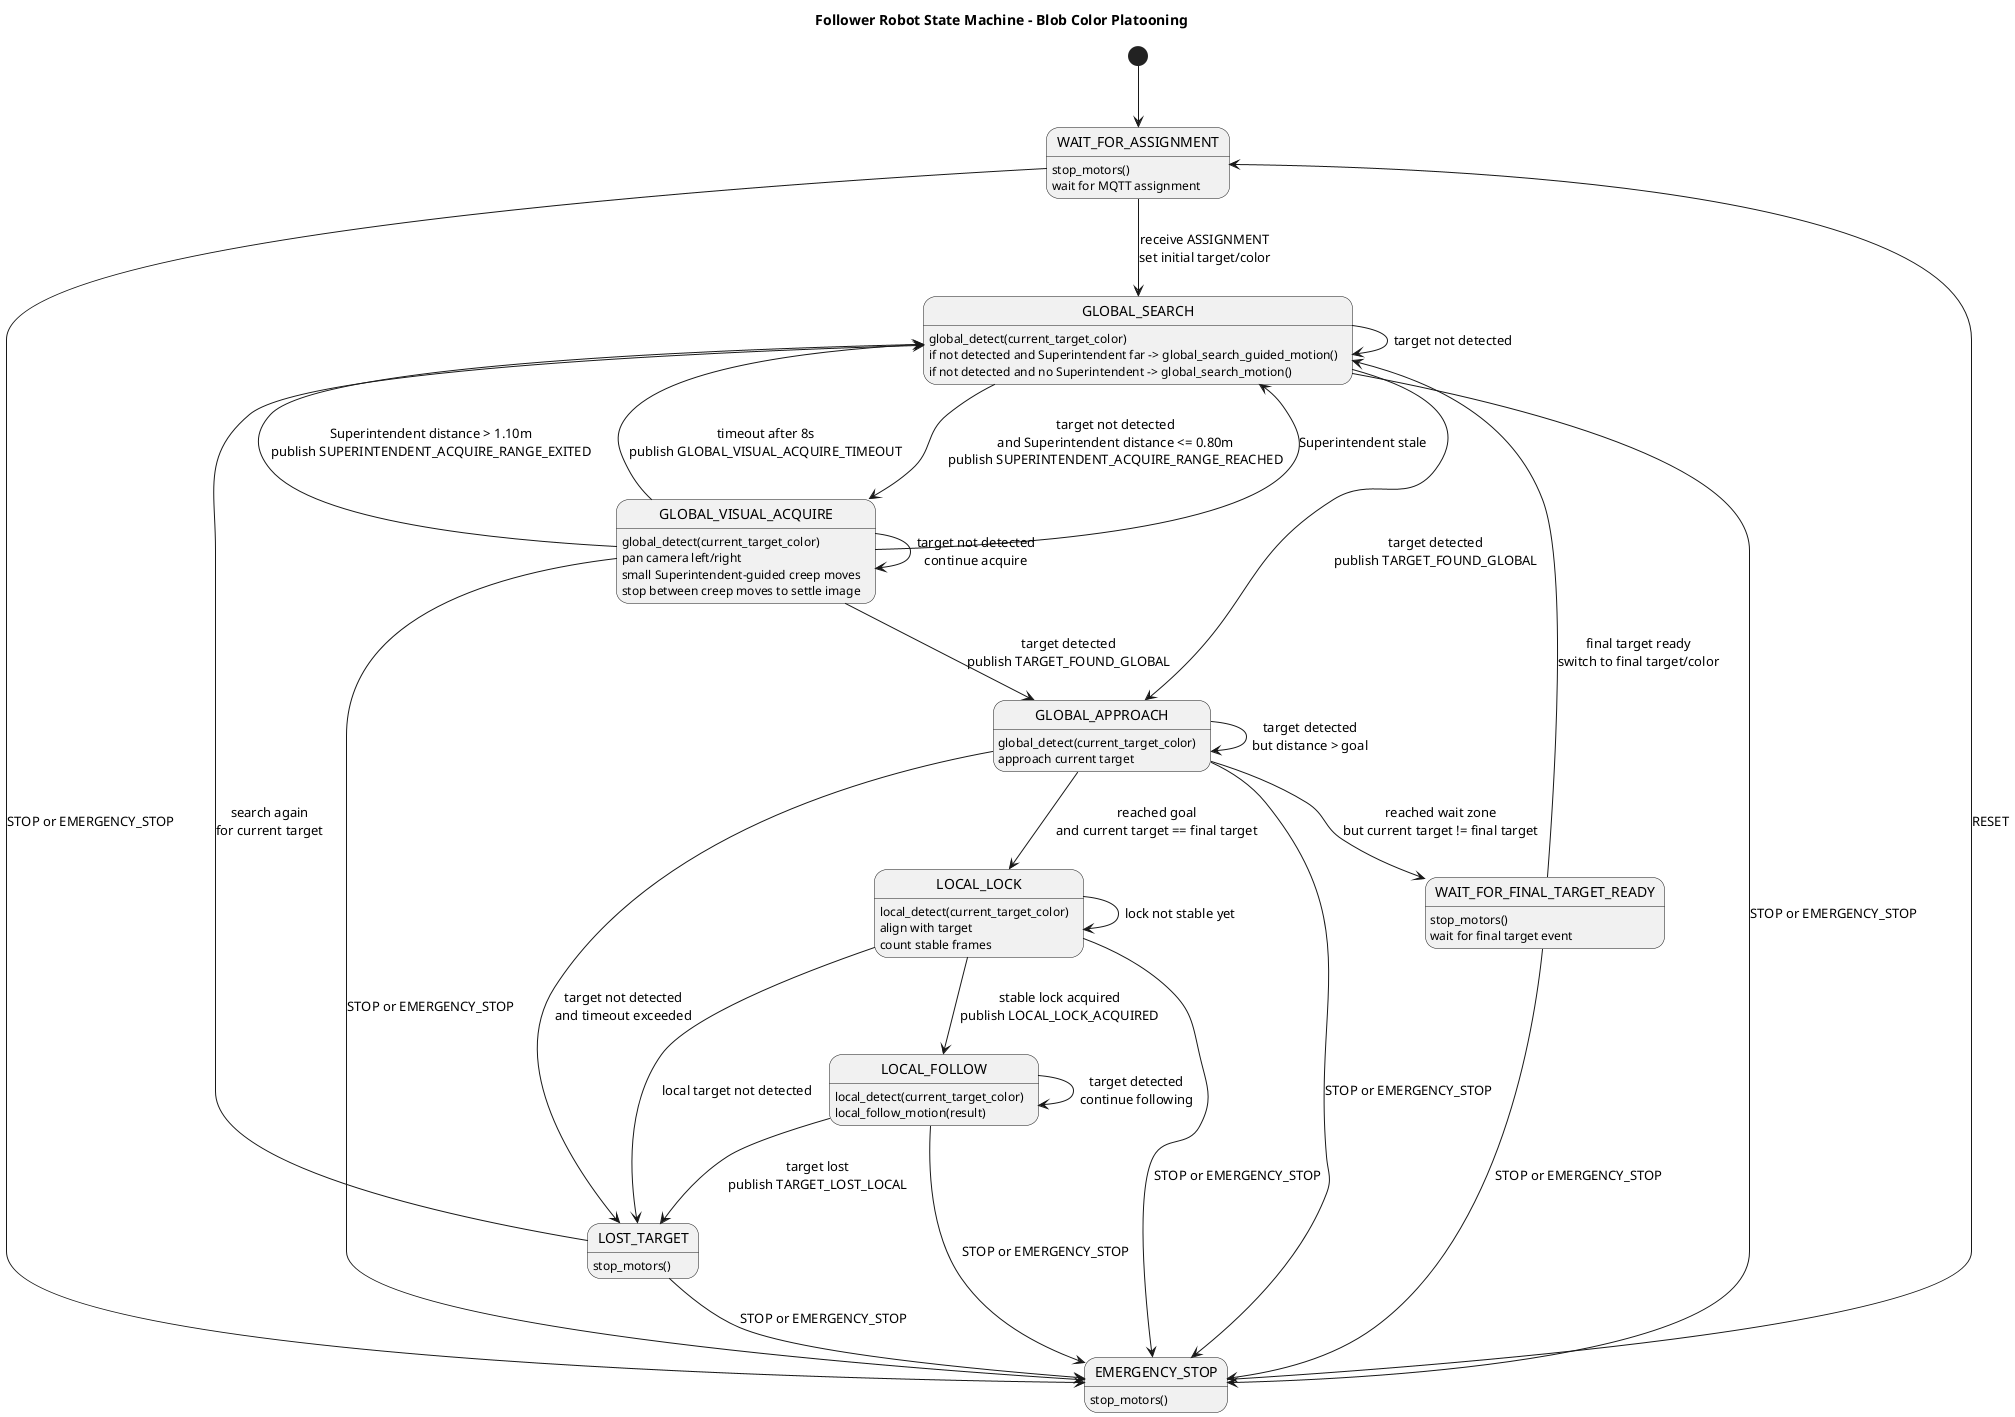
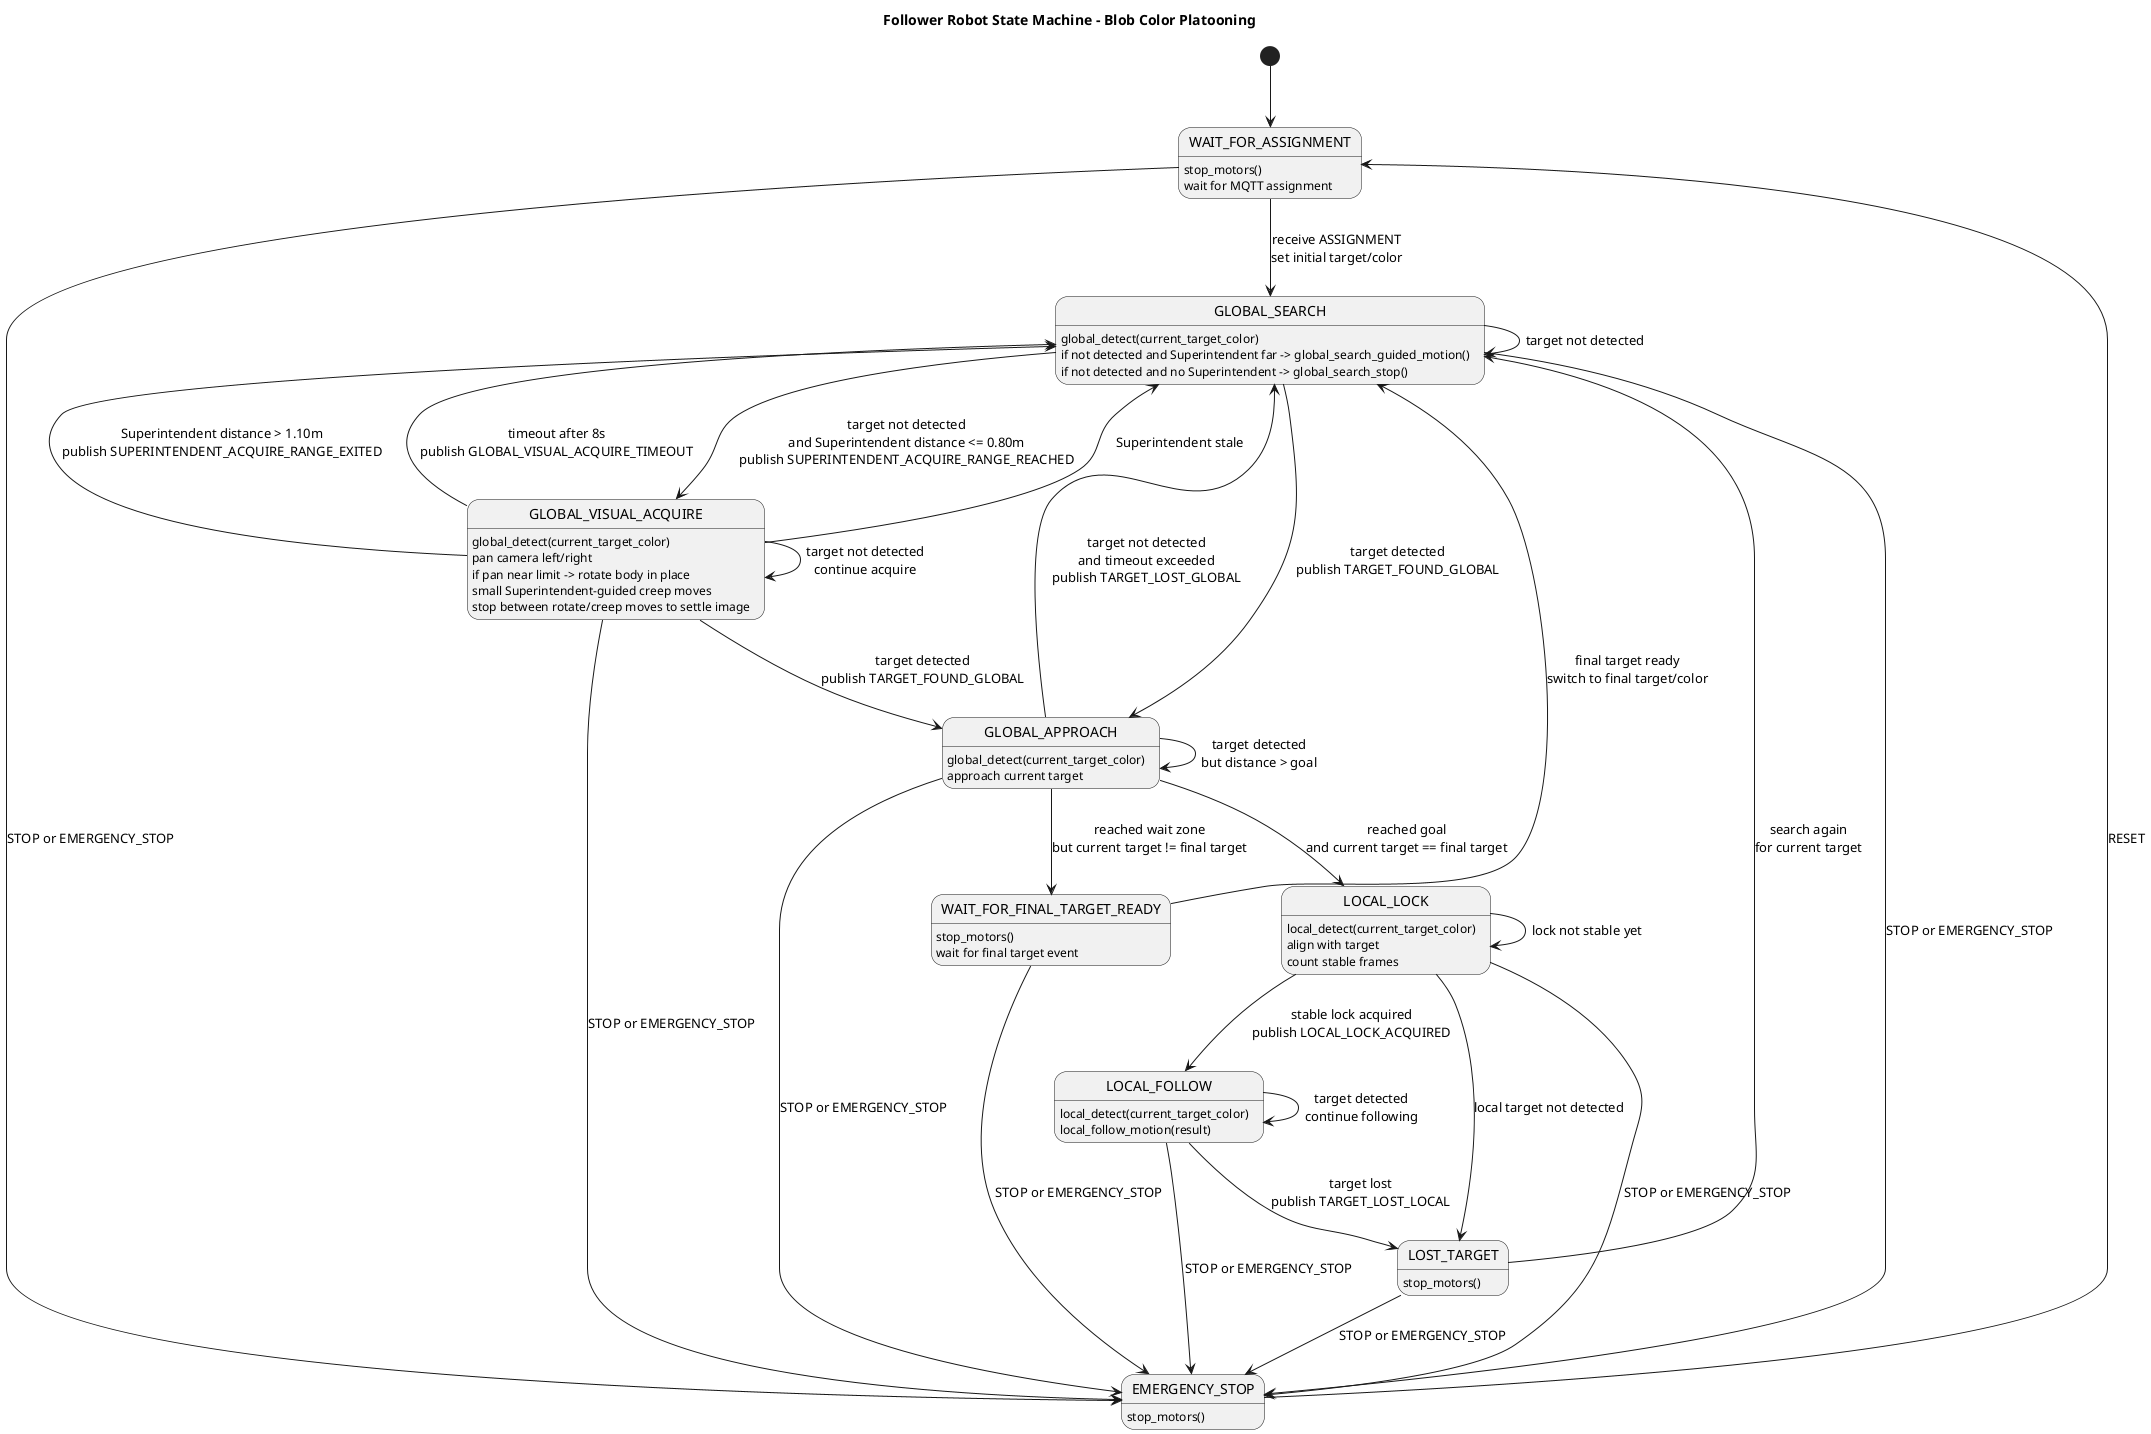
@startuml
title Follower Robot State Machine - Blob Color Platooning

hide empty description

[*] --> WAIT_FOR_ASSIGNMENT

WAIT_FOR_ASSIGNMENT : stop_motors()
WAIT_FOR_ASSIGNMENT : wait for MQTT assignment
WAIT_FOR_ASSIGNMENT --> GLOBAL_SEARCH : receive ASSIGNMENT\nset initial target/color

GLOBAL_SEARCH : global_detect(current_target_color)
GLOBAL_SEARCH : if not detected and Superintendent far -> global_search_guided_motion()
- GLOBAL_SEARCH : if not detected and no Superintendent -> global_search_motion()
+ GLOBAL_SEARCH : if not detected and no Superintendent -> global_search_stop()
GLOBAL_SEARCH --> GLOBAL_APPROACH : target detected\npublish TARGET_FOUND_GLOBAL
GLOBAL_SEARCH --> GLOBAL_VISUAL_ACQUIRE : target not detected\nand Superintendent distance <= 0.80m\npublish SUPERINTENDENT_ACQUIRE_RANGE_REACHED
GLOBAL_SEARCH --> GLOBAL_SEARCH : target not detected

GLOBAL_VISUAL_ACQUIRE : global_detect(current_target_color)
GLOBAL_VISUAL_ACQUIRE : pan camera left/right
+ GLOBAL_VISUAL_ACQUIRE : if pan near limit -> rotate body in place
GLOBAL_VISUAL_ACQUIRE : small Superintendent-guided creep moves
- GLOBAL_VISUAL_ACQUIRE : stop between creep moves to settle image
+ GLOBAL_VISUAL_ACQUIRE : stop between rotate/creep moves to settle image
GLOBAL_VISUAL_ACQUIRE --> GLOBAL_APPROACH : target detected\npublish TARGET_FOUND_GLOBAL
GLOBAL_VISUAL_ACQUIRE --> GLOBAL_SEARCH : Superintendent stale
GLOBAL_VISUAL_ACQUIRE --> GLOBAL_SEARCH : Superintendent distance > 1.10m\npublish SUPERINTENDENT_ACQUIRE_RANGE_EXITED
GLOBAL_VISUAL_ACQUIRE --> GLOBAL_SEARCH : timeout after 8s\npublish GLOBAL_VISUAL_ACQUIRE_TIMEOUT
GLOBAL_VISUAL_ACQUIRE --> GLOBAL_VISUAL_ACQUIRE : target not detected\ncontinue acquire

GLOBAL_APPROACH : global_detect(current_target_color)
GLOBAL_APPROACH : approach current target
- GLOBAL_APPROACH --> LOST_TARGET : target not detected\nand timeout exceeded
+ GLOBAL_APPROACH --> GLOBAL_SEARCH : target not detected\nand timeout exceeded\npublish TARGET_LOST_GLOBAL
GLOBAL_APPROACH --> GLOBAL_APPROACH : target detected\nbut distance > goal
GLOBAL_APPROACH --> LOCAL_LOCK : reached goal\nand current target == final target
GLOBAL_APPROACH --> WAIT_FOR_FINAL_TARGET_READY : reached wait zone\nbut current target != final target

WAIT_FOR_FINAL_TARGET_READY : stop_motors()
WAIT_FOR_FINAL_TARGET_READY : wait for final target event
WAIT_FOR_FINAL_TARGET_READY --> GLOBAL_SEARCH : final target ready\nswitch to final target/color

LOCAL_LOCK : local_detect(current_target_color)
LOCAL_LOCK : align with target
LOCAL_LOCK : count stable frames
LOCAL_LOCK --> LOST_TARGET : local target not detected
LOCAL_LOCK --> LOCAL_LOCK : lock not stable yet
LOCAL_LOCK --> LOCAL_FOLLOW : stable lock acquired\npublish LOCAL_LOCK_ACQUIRED

LOCAL_FOLLOW : local_detect(current_target_color)
LOCAL_FOLLOW : local_follow_motion(result)
LOCAL_FOLLOW --> LOCAL_FOLLOW : target detected\ncontinue following
LOCAL_FOLLOW --> LOST_TARGET : target lost\npublish TARGET_LOST_LOCAL

LOST_TARGET : stop_motors()
LOST_TARGET --> GLOBAL_SEARCH : search again\nfor current target

EMERGENCY_STOP : stop_motors()
EMERGENCY_STOP --> WAIT_FOR_ASSIGNMENT : RESET

WAIT_FOR_ASSIGNMENT --> EMERGENCY_STOP : STOP or EMERGENCY_STOP
GLOBAL_SEARCH --> EMERGENCY_STOP : STOP or EMERGENCY_STOP
GLOBAL_VISUAL_ACQUIRE --> EMERGENCY_STOP : STOP or EMERGENCY_STOP
GLOBAL_APPROACH --> EMERGENCY_STOP : STOP or EMERGENCY_STOP
WAIT_FOR_FINAL_TARGET_READY --> EMERGENCY_STOP : STOP or EMERGENCY_STOP
LOCAL_LOCK --> EMERGENCY_STOP : STOP or EMERGENCY_STOP
LOCAL_FOLLOW --> EMERGENCY_STOP : STOP or EMERGENCY_STOP
LOST_TARGET --> EMERGENCY_STOP : STOP or EMERGENCY_STOP

@enduml
